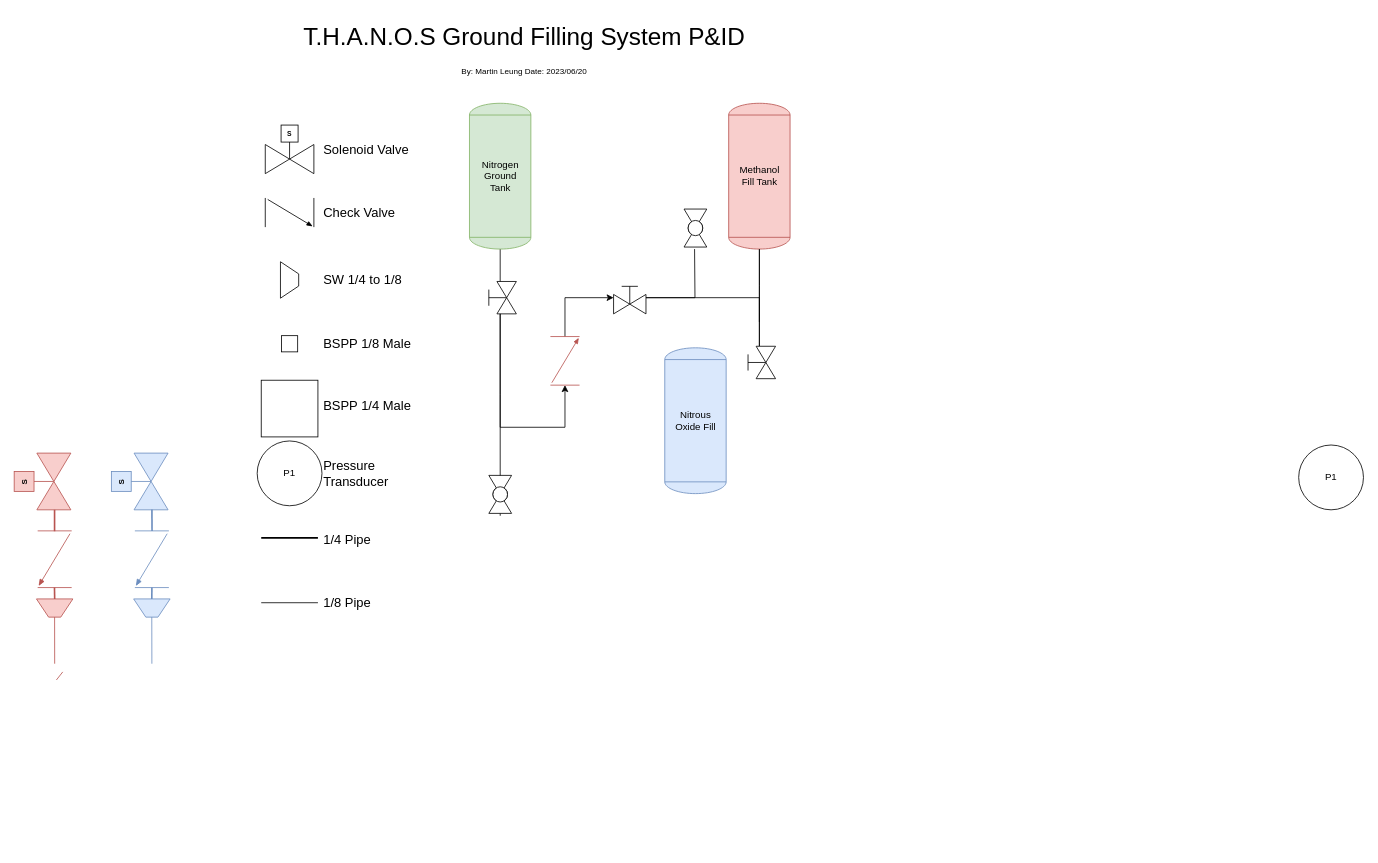
Earlier version of the draw.io diagram GroundSystems.drawio (icl-rocketry/Propulsion-PIDs). Source tidied: cells renumbered, new cells numbered last; positions are measured from the earlier drawing's top-left corner, leaving out a move shared by most shapes. Both pictures are drawn from the tidied source at 81%, with x=0, y=0 at pixel (14, 14).
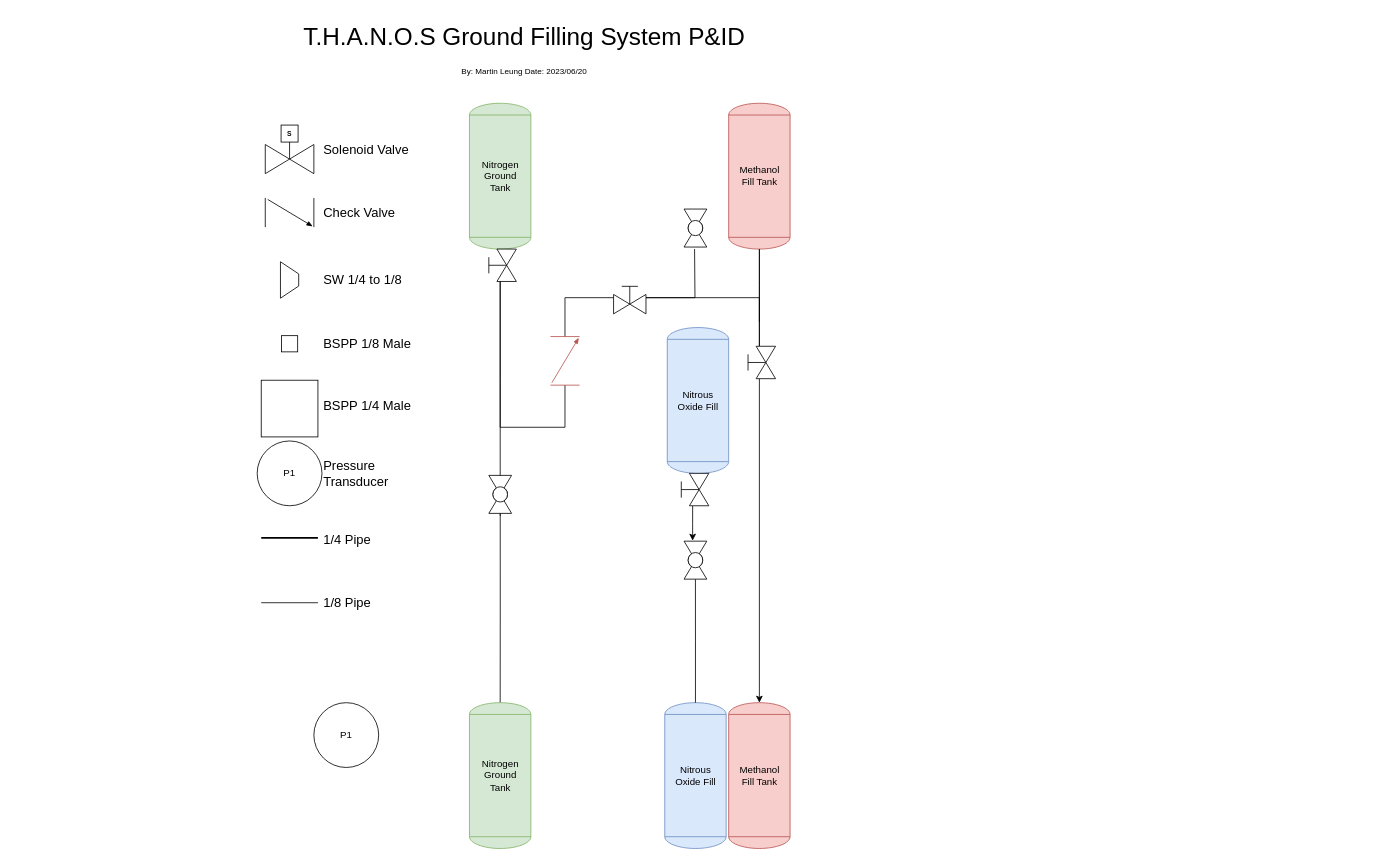
Above is the later version.

The change refers to these unchanged cells:
```xml
<mxCell id="37" value="Nitrogen&lt;br&gt;Ground&lt;br&gt;Tank" style="shape=mxgraph.pid.vessels.tank;html=1;align=center;verticalLabelPosition=middle;verticalAlign=middle;dashed=0;labelPosition=center;fillColor=#d5e8d4;strokeColor=#82b366;" parent="1" vertex="1">
  <mxGeometry x="562.1" y="110" width="75.8" height="180" as="geometry" />
</mxCell>
<mxCell id="42" style="verticalLabelPosition=bottom;align=center;html=1;verticalAlign=top;dashed=0;shape=mxgraph.pid2valves.valve;valveType=gate;actuator=man;rotation=0;" parent="1" vertex="1">
  <mxGeometry x="740" y="330" width="40" height="40" as="geometry" />
</mxCell>
<mxCell id="44" style="verticalLabelPosition=bottom;align=center;html=1;verticalAlign=top;dashed=0;shape=mxgraph.pid2valves.valve;valveType=ball;rotation=-90;" parent="1" vertex="1">
  <mxGeometry x="576.6" y="578.8" width="46.9" height="28.1" as="geometry" />
</mxCell>
<mxCell id="47" style="verticalLabelPosition=bottom;align=center;html=1;verticalAlign=top;dashed=0;shape=mxgraph.pid2valves.valve;valveType=gate;actuator=man;rotation=-90;" parent="1" vertex="1">
  <mxGeometry x="900" y="410" width="40" height="40" as="geometry" />
</mxCell>
<mxCell id="49" style="verticalLabelPosition=bottom;align=center;html=1;verticalAlign=top;dashed=0;shape=mxgraph.pid2valves.valve;valveType=check;rotation=-90;fillColor=#f8cecc;strokeColor=#b85450;" parent="1" vertex="1">
  <mxGeometry x="650" y="410" width="60" height="36" as="geometry" />
</mxCell>
```

Diff of the diagram source:
```diff
@@
     <mxCell id="4" value="Nitrous&lt;br&gt;Oxide Fill" style="shape=mxgraph.pid.vessels.tank;html=1;align=center;verticalLabelPosition=middle;verticalAlign=middle;dashed=0;labelPosition=center;fillColor=#dae8fc;strokeColor=#6c8ebf;" parent="1" vertex="1">
-      <mxGeometry x="803.2" y="411.9" width="75.8" height="180" as="geometry" />
+      <mxGeometry x="806.3" y="386.9" width="75.8" height="180" as="geometry" />
     </mxCell>
-    <mxCell id="5" style="verticalLabelPosition=bottom;align=center;html=1;verticalAlign=top;dashed=0;shape=mxgraph.pid2valves.valve;valveType=check;rotation=90;fillColor=#f8cecc;strokeColor=#b85450;" parent="1" vertex="1">
-      <mxGeometry x="15" y="651.9" width="70" height="42" as="geometry" />
-    </mxCell>
-    <mxCell id="6" style="verticalLabelPosition=bottom;align=center;html=1;verticalAlign=top;dashed=0;shape=mxgraph.pid2valves.valve;valveType=gate;actuator=solenoid;rotation=-90;fillColor=#f8cecc;strokeColor=#b85450;" parent="1" vertex="1">
-      <mxGeometry y="541.9" width="70" height="70" as="geometry" />
-    </mxCell>
-    <mxCell id="7" style="verticalLabelPosition=bottom;align=center;html=1;verticalAlign=top;dashed=0;shape=mxgraph.pid2valves.valve;valveType=gate;actuator=solenoid;rotation=-90;fillColor=#dae8fc;strokeColor=#6c8ebf;" parent="1" vertex="1">
-      <mxGeometry x="120" y="541.9" width="70" height="70" as="geometry" />
-    </mxCell>
-    <mxCell id="8" style="verticalLabelPosition=bottom;align=center;html=1;verticalAlign=top;dashed=0;shape=mxgraph.pid2valves.valve;valveType=check;rotation=90;fillColor=#dae8fc;strokeColor=#6c8ebf;" parent="1" vertex="1">
-      <mxGeometry x="135" y="651.9" width="70" height="42" as="geometry" />
-    </mxCell>
-    <mxCell id="9" style="endArrow=none;html=1;rounded=0;exitX=0.006;exitY=0.503;exitDx=0;exitDy=0;exitPerimeter=0;entryX=0.001;entryY=0.712;entryDx=0;entryDy=0;entryPerimeter=0;strokeWidth=2;fillColor=#f8cecc;strokeColor=#b85450;" parent="1" edge="1" source="5" target="6">
-      <mxGeometry relative="1" as="geometry" />
-    </mxCell>
-    <mxCell id="10" style="endArrow=none;html=1;rounded=0;entryX=0.005;entryY=0.715;entryDx=0;entryDy=0;entryPerimeter=0;exitX=0.003;exitY=0.495;exitDx=0;exitDy=0;exitPerimeter=0;strokeWidth=2;fillColor=#dae8fc;strokeColor=#6c8ebf;" parent="1" edge="1" source="8" target="7">
-      <mxGeometry relative="1" as="geometry" />
-    </mxCell>
-    <mxCell id="11" style="shape=trapezoid;perimeter=trapezoidPerimeter;whiteSpace=wrap;html=1;fixedSize=1;rotation=-180;size=15;fillColor=#f8cecc;strokeColor=#b85450;" parent="1" vertex="1">
-      <mxGeometry x="27.5" y="721.9" width="45" height="22.5" as="geometry" />
-    </mxCell>
-    <mxCell id="12" style="shape=trapezoid;perimeter=trapezoidPerimeter;whiteSpace=wrap;html=1;fixedSize=1;rotation=-180;size=15;fillColor=#dae8fc;strokeColor=#6c8ebf;" parent="1" vertex="1">
-      <mxGeometry x="147.5" y="721.9" width="45" height="22.5" as="geometry" />
-    </mxCell>
-    <mxCell id="13" style="endArrow=none;html=1;rounded=0;exitX=0.5;exitY=1;exitDx=0;exitDy=0;entryX=0.998;entryY=0.506;entryDx=0;entryDy=0;entryPerimeter=0;strokeWidth=2;fillColor=#f8cecc;strokeColor=#b85450;" parent="1" edge="1" source="11" target="5">
-      <mxGeometry relative="1" as="geometry" />
-    </mxCell>
-    <mxCell id="14" style="endArrow=none;html=1;rounded=0;exitX=0.5;exitY=1;exitDx=0;exitDy=0;entryX=0.999;entryY=0.499;entryDx=0;entryDy=0;entryPerimeter=0;strokeWidth=2;fillColor=#dae8fc;strokeColor=#6c8ebf;" parent="1" edge="1" target="8">
-      <mxGeometry relative="1" as="geometry">
-        <mxPoint x="169.9" y="721.9" as="sourcePoint" />
-      </mxGeometry>
-    </mxCell>
-    <mxCell id="15" style="endArrow=none;html=1;rounded=0;exitX=0.5;exitY=0;exitDx=0;exitDy=0;entryX=0.998;entryY=0.506;entryDx=0;entryDy=0;entryPerimeter=0;strokeWidth=1;fillColor=#f8cecc;strokeColor=#b85450;" parent="1" edge="1">
-      <mxGeometry relative="1" as="geometry">
-        <mxPoint x="50" y="801.9" as="sourcePoint" />
-        <mxPoint x="49.9" y="744.4" as="targetPoint" />
-      </mxGeometry>
-    </mxCell>
-    <mxCell id="16" style="endArrow=none;html=1;rounded=0;entryX=0.998;entryY=0.506;entryDx=0;entryDy=0;entryPerimeter=0;strokeWidth=1;exitX=0.5;exitY=0;exitDx=0;exitDy=0;fillColor=#dae8fc;strokeColor=#6c8ebf;" parent="1" edge="1">
-      <mxGeometry relative="1" as="geometry">
-        <mxPoint x="170" y="801.9" as="sourcePoint" />
-        <mxPoint x="169.9" y="744.4" as="targetPoint" />
-      </mxGeometry>
-    </mxCell>
     <mxCell id="17" value="P1" style="ellipse;whiteSpace=wrap;html=1;" parent="1" vertex="1">
-      <mxGeometry x="1585.8" y="531.9" width="80" height="80" as="geometry" />
+      <mxGeometry x="370" y="850" width="80" height="80" as="geometry" />
     </mxCell>
-    <mxCell id="18" style="endArrow=none;html=1;rounded=0;exitX=0.107;exitY=0.002;exitDx=0;exitDy=0;entryX=0.998;entryY=0.506;entryDx=0;entryDy=0;entryPerimeter=0;strokeWidth=1;exitPerimeter=0;fillColor=#f8cecc;strokeColor=#b85450;" parent="1" edge="1">
-      <mxGeometry relative="1" as="geometry">
-        <mxPoint x="52.1" y="822" as="sourcePoint" />
-        <mxPoint x="60" y="812" as="targetPoint" />
-      </mxGeometry>
-    </mxCell>
@@
-    <mxCell id="36" style="edgeStyle=orthogonalEdgeStyle;rounded=0;jettySize=auto;html=1;entryX=0.944;entryY=0.551;entryDx=0;entryDy=0;entryPerimeter=0;endArrow=none;endFill=0;" parent="1" edge="1" source="37" target="38">
-      <mxGeometry relative="1" as="geometry">
-        <Array as="points">
-          <mxPoint x="600" y="332" />
-        </Array>
-      </mxGeometry>
-    </mxCell>
@@
     <mxCell id="38" style="verticalLabelPosition=bottom;align=center;html=1;verticalAlign=top;dashed=0;shape=mxgraph.pid2valves.valve;valveType=gate;actuator=man;rotation=-90;" parent="1" vertex="1">
-      <mxGeometry x="580" y="330" width="40" height="40" as="geometry" />
+      <mxGeometry x="580" y="290" width="40" height="40" as="geometry" />
     </mxCell>
-    <mxCell id="39" style="edgeStyle=orthogonalEdgeStyle;rounded=0;jettySize=auto;html=1;entryX=0;entryY=0.5;entryDx=0;entryDy=0;entryPerimeter=0;" parent="1" edge="1" source="49" target="42">
+    <mxCell id="39" style="edgeStyle=orthogonalEdgeStyle;rounded=0;jettySize=auto;html=1;entryX=0;entryY=0.5;entryDx=0;entryDy=0;entryPerimeter=0;endArrow=none;endFill=0;" parent="1" edge="1" source="49" target="42">
       <mxGeometry relative="1" as="geometry">
         <Array as="points">
           <mxPoint x="680" y="350" />
           <mxPoint x="740" y="350" />
         </Array>
       </mxGeometry>
     </mxCell>
@@
+    <mxCell id="50" style="edgeStyle=orthogonalEdgeStyle;rounded=0;jettySize=auto;html=1;entryX=0.5;entryY=0;entryDx=0;entryDy=0;entryPerimeter=0;endArrow=none;endFill=0;" parent="1" edge="1" source="44" target="54">
+      <mxGeometry relative="1" as="geometry" />
+    </mxCell>
@@
+    <mxCell id="51" style="edgeStyle=orthogonalEdgeStyle;rounded=0;jettySize=auto;html=1;entryX=0.5;entryY=0;entryDx=0;entryDy=0;entryPerimeter=0;" parent="1" edge="1" source="47" target="52">
+      <mxGeometry relative="1" as="geometry" />
+    </mxCell>
@@
-    <mxCell id="48" style="edgeStyle=orthogonalEdgeStyle;rounded=0;jettySize=auto;html=1;" parent="1" edge="1" source="38" target="49">
+    <mxCell id="48" style="edgeStyle=orthogonalEdgeStyle;rounded=0;jettySize=auto;html=1;endArrow=none;endFill=0;" parent="1" edge="1" source="38" target="49">
       <mxGeometry relative="1" as="geometry">
         <Array as="points">
           <mxPoint x="600" y="510" />
           <mxPoint x="680" y="510" />
         </Array>
       </mxGeometry>
     </mxCell>
@@
+    <mxCell id="52" value="Methanol&lt;br&gt;Fill Tank" style="shape=mxgraph.pid.vessels.tank;html=1;align=center;verticalLabelPosition=middle;verticalAlign=middle;dashed=0;labelPosition=center;fillColor=#f8cecc;strokeColor=#b85450;" parent="1" vertex="1">
+      <mxGeometry x="882.1" y="850" width="75.8" height="180" as="geometry" />
+    </mxCell>
+    <mxCell id="53" value="Nitrous&lt;br&gt;Oxide Fill" style="shape=mxgraph.pid.vessels.tank;html=1;align=center;verticalLabelPosition=middle;verticalAlign=middle;dashed=0;labelPosition=center;fillColor=#dae8fc;strokeColor=#6c8ebf;" parent="1" vertex="1">
+      <mxGeometry x="803.2" y="850" width="75.8" height="180" as="geometry" />
+    </mxCell>
+    <mxCell id="54" value="Nitrogen&lt;br&gt;Ground&lt;br&gt;Tank" style="shape=mxgraph.pid.vessels.tank;html=1;align=center;verticalLabelPosition=middle;verticalAlign=middle;dashed=0;labelPosition=center;fillColor=#d5e8d4;strokeColor=#82b366;" parent="1" vertex="1">
+      <mxGeometry x="562.1" y="850" width="75.8" height="180" as="geometry" />
+    </mxCell>
+    <mxCell id="55" style="edgeStyle=orthogonalEdgeStyle;rounded=0;jettySize=auto;html=1;" parent="1" edge="1" source="56">
+      <mxGeometry relative="1" as="geometry">
+        <mxPoint x="837.6" y="650" as="targetPoint" />
+      </mxGeometry>
+    </mxCell>
+    <mxCell id="56" style="verticalLabelPosition=bottom;align=center;html=1;verticalAlign=top;dashed=0;shape=mxgraph.pid2valves.valve;valveType=gate;actuator=man;rotation=-90;" parent="1" vertex="1">
+      <mxGeometry x="817.6" y="566.9" width="40" height="40" as="geometry" />
+    </mxCell>
+    <mxCell id="57" style="edgeStyle=orthogonalEdgeStyle;rounded=0;jettySize=auto;html=1;entryX=0.5;entryY=0;entryDx=0;entryDy=0;entryPerimeter=0;endArrow=none;endFill=0;" parent="1" edge="1" source="58" target="53">
+      <mxGeometry relative="1" as="geometry" />
+    </mxCell>
+    <mxCell id="58" style="verticalLabelPosition=bottom;align=center;html=1;verticalAlign=top;dashed=0;shape=mxgraph.pid2valves.valve;valveType=ball;rotation=-90;" parent="1" vertex="1">
+      <mxGeometry x="817.6" y="660" width="46.9" height="28.1" as="geometry" />
+    </mxCell>
```
